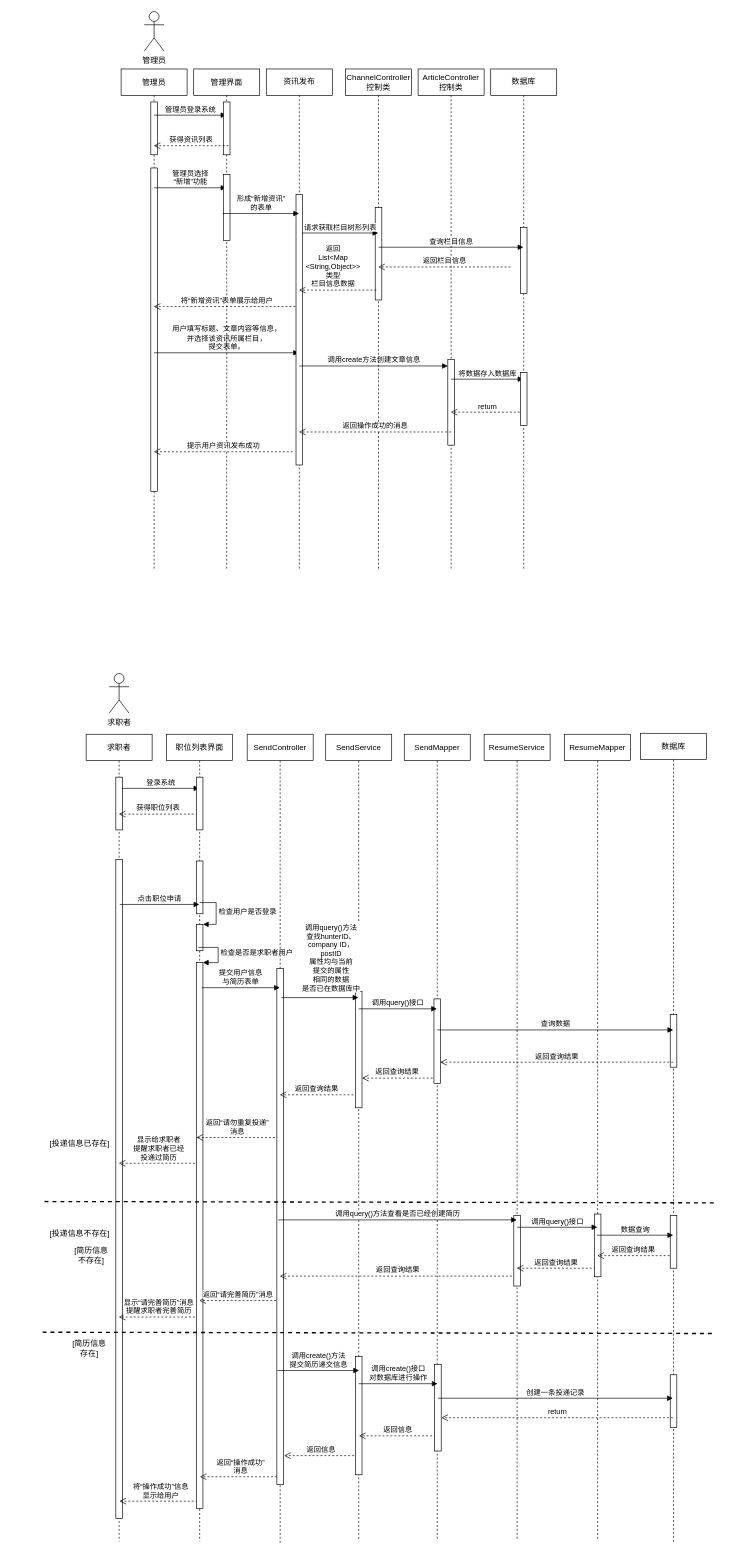
This is Untitled Diagram.drawio from nie1466410548/hello-world, a draw.io file, before an edit. Source tidied: cells renumbered, new cells numbered last; positions are measured from the earlier drawing's top-left corner, leaving out a move shared by most shapes. Both pictures are drawn from the tidied source at 66%, with x=0, y=0 at pixel (42, 11).
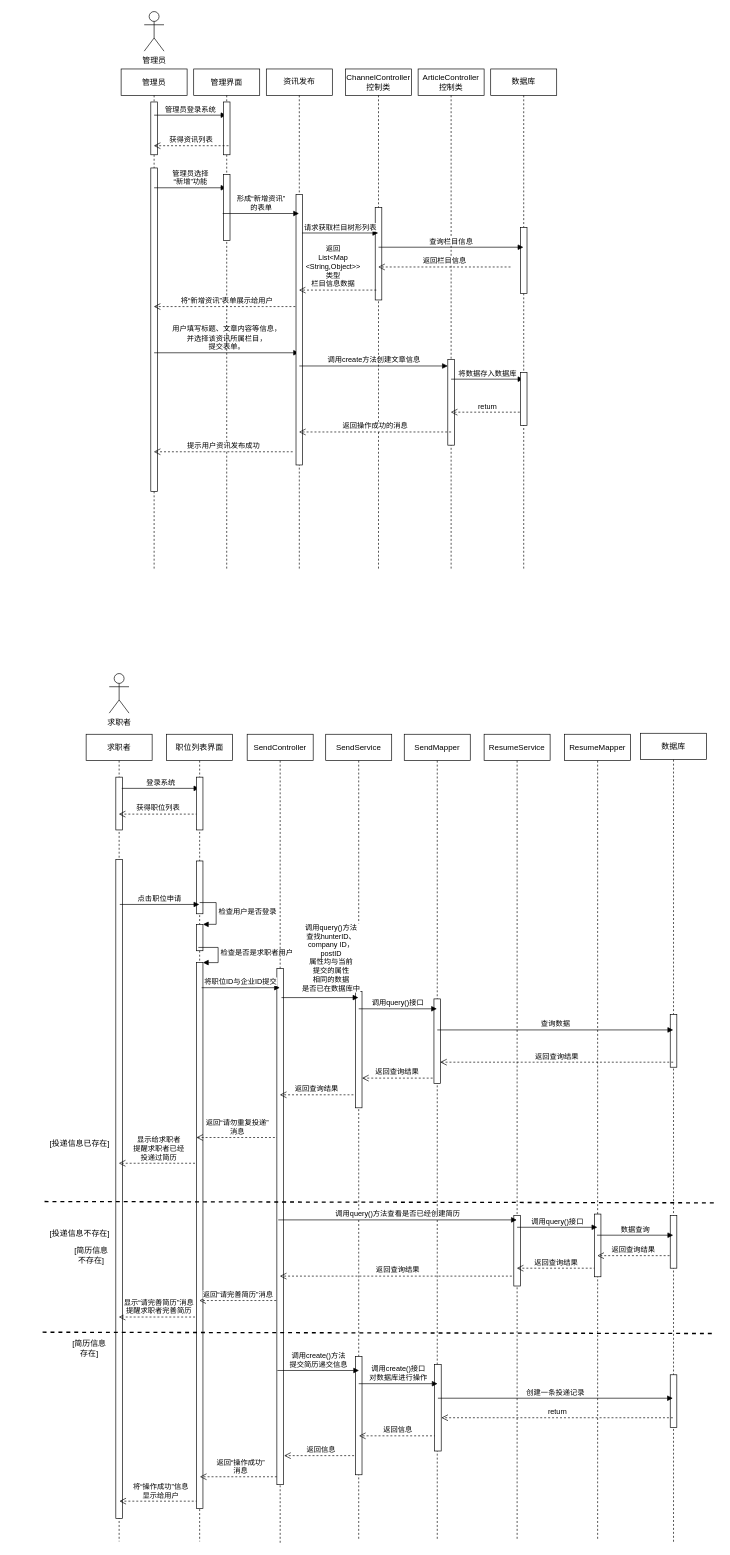
The same diagram, later.

The change refers to these unchanged cells:
```xml
<mxCell id="52" value="SendController" style="shape=umlLifeline;perimeter=lifelinePerimeter;whiteSpace=wrap;html=1;outlineConnect=0;" parent="1" vertex="1">
  <mxGeometry x="310" y="1095" width="100" height="1226" as="geometry" />
</mxCell>
```

Diff of the diagram source:
```diff
@@
-    <mxCell id="73" value="提交用户信息&lt;br&gt;与简历表单" style="html=1;verticalAlign=bottom;endArrow=block;rounded=0;" parent="1" edge="1" target="52">
+    <mxCell id="73" value="将职位ID与企业ID提交" style="html=1;verticalAlign=bottom;endArrow=block;rounded=0;" parent="1" edge="1" target="52">
       <mxGeometry relative="1" as="geometry">
         <mxPoint x="241" y="1479" as="sourcePoint" />
       </mxGeometry>
     </mxCell>
```
